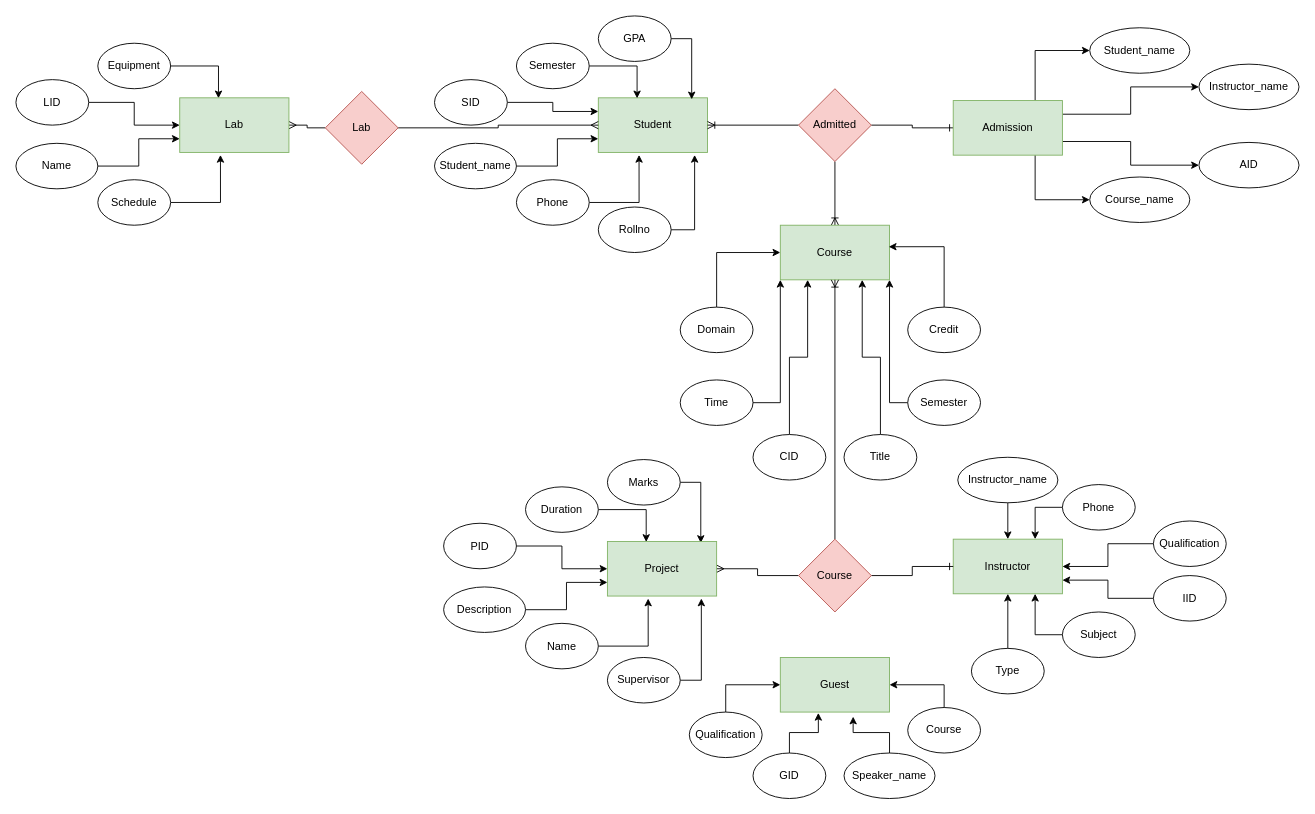
Before: database.drawio in sujalthakuri/h, a draw.io diagram. Source tidied: cells renumbered, new cells numbered last; positions are measured from the earlier drawing's top-left corner, leaving out a move shared by most shapes. Both pictures are drawn from the tidied source at 91%, with x=0, y=0 at pixel (15, 15).
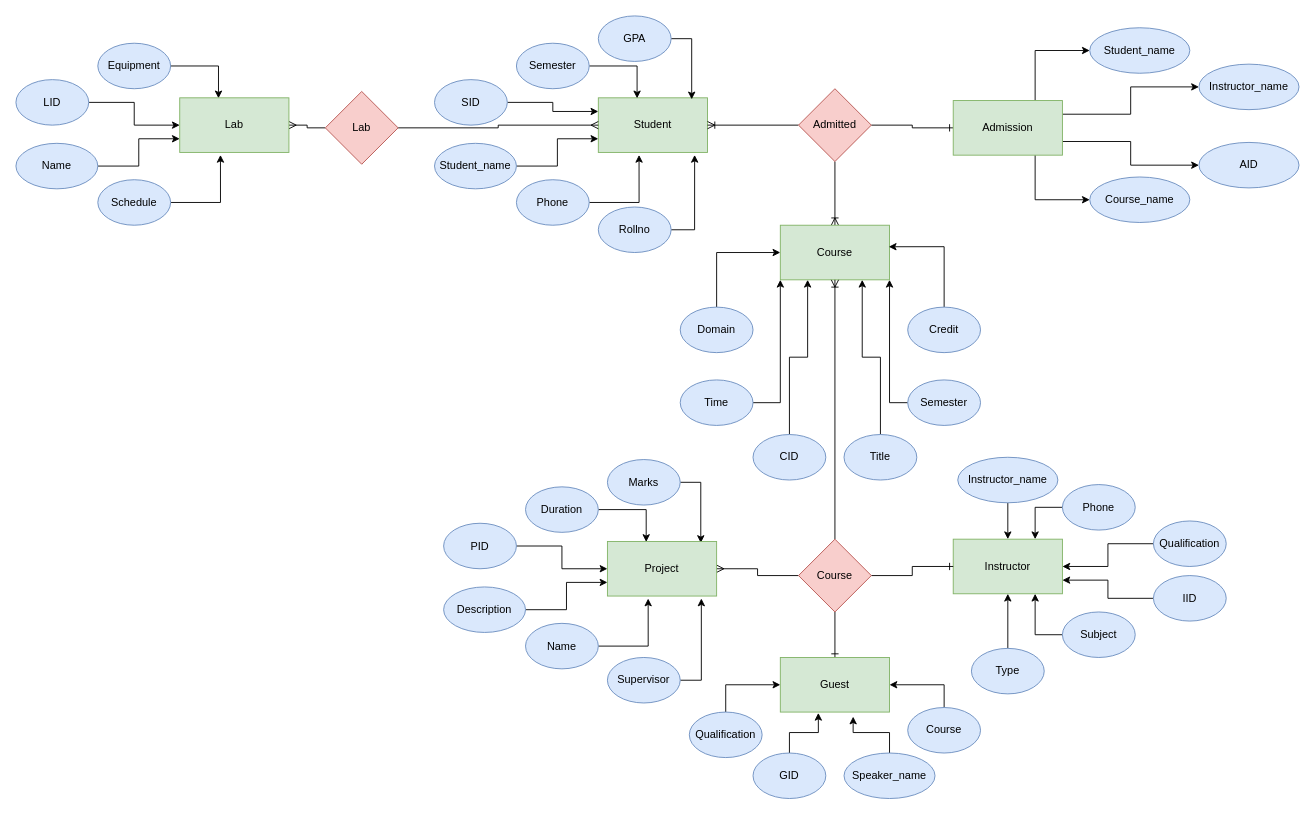
The same page after the edit.

Commit message:
all relations completed

The change refers to these unchanged cells:
```xml
<mxCell id="57" value="Course" style="rhombus;whiteSpace=wrap;html=1;fillColor=#f8cecc;strokeColor=#b85450;" parent="1" vertex="1">
  <mxGeometry x="860" y="575" width="80" height="80" as="geometry" />
</mxCell>
<mxCell id="58" value="Guest" style="rounded=0;whiteSpace=wrap;html=1;fillColor=#d5e8d4;strokeColor=#82b366;" parent="1" vertex="1">
  <mxGeometry x="840" y="705" width="120" height="60" as="geometry" />
</mxCell>
```

Diff of the diagram source:
```diff
@@
-    <mxCell id="4" value="SID" style="ellipse;whiteSpace=wrap;html=1;" parent="1" vertex="1">
+    <mxCell id="4" value="SID" style="ellipse;whiteSpace=wrap;html=1;fillColor=#dae8fc;strokeColor=#6c8ebf;" parent="1" vertex="1">
       <mxGeometry x="460" y="70" width="80" height="50" as="geometry" />
     </mxCell>
@@
-    <mxCell id="6" value="Phone" style="ellipse;whiteSpace=wrap;html=1;" parent="1" vertex="1">
+    <mxCell id="6" value="Phone" style="ellipse;whiteSpace=wrap;html=1;fillColor=#dae8fc;strokeColor=#6c8ebf;" parent="1" vertex="1">
       <mxGeometry x="550" y="180" width="80" height="50" as="geometry" />
     </mxCell>
@@
-    <mxCell id="8" value="Semester" style="ellipse;whiteSpace=wrap;html=1;" parent="1" vertex="1">
+    <mxCell id="8" value="Semester" style="ellipse;whiteSpace=wrap;html=1;fillColor=#dae8fc;strokeColor=#6c8ebf;" parent="1" vertex="1">
       <mxGeometry x="550" y="30" width="80" height="50" as="geometry" />
     </mxCell>
@@
-    <mxCell id="10" value="GPA" style="ellipse;whiteSpace=wrap;html=1;" parent="1" vertex="1">
+    <mxCell id="10" value="GPA" style="ellipse;whiteSpace=wrap;html=1;fillColor=#dae8fc;strokeColor=#6c8ebf;" parent="1" vertex="1">
       <mxGeometry x="640" width="80" height="50" as="geometry" />
     </mxCell>
@@
-    <mxCell id="12" value="Student_name" style="ellipse;whiteSpace=wrap;html=1;" parent="1" vertex="1">
+    <mxCell id="12" value="Student_name" style="ellipse;whiteSpace=wrap;html=1;fillColor=#dae8fc;strokeColor=#6c8ebf;" parent="1" vertex="1">
       <mxGeometry x="460" y="140" width="90" height="50" as="geometry" />
     </mxCell>
@@
-    <mxCell id="14" value="Rollno" style="ellipse;whiteSpace=wrap;html=1;" parent="1" vertex="1">
+    <mxCell id="14" value="Rollno" style="ellipse;whiteSpace=wrap;html=1;fillColor=#dae8fc;strokeColor=#6c8ebf;" parent="1" vertex="1">
       <mxGeometry x="640" y="210" width="80" height="50" as="geometry" />
     </mxCell>
@@
-    <mxCell id="21" value="Instructor_name" style="ellipse;whiteSpace=wrap;html=1;" parent="1" vertex="1">
+    <mxCell id="21" value="Instructor_name" style="ellipse;whiteSpace=wrap;html=1;fillColor=#dae8fc;strokeColor=#6c8ebf;" parent="1" vertex="1">
       <mxGeometry x="1035" y="485" width="110" height="50" as="geometry" />
     </mxCell>
@@
-    <mxCell id="23" value="IID" style="ellipse;whiteSpace=wrap;html=1;" parent="1" vertex="1">
+    <mxCell id="23" value="IID" style="ellipse;whiteSpace=wrap;html=1;fillColor=#dae8fc;strokeColor=#6c8ebf;" parent="1" vertex="1">
       <mxGeometry x="1250" y="615" width="80" height="50" as="geometry" />
     </mxCell>
@@
-    <mxCell id="25" value="Qualification" style="ellipse;whiteSpace=wrap;html=1;" parent="1" vertex="1">
+    <mxCell id="25" value="Qualification" style="ellipse;whiteSpace=wrap;html=1;fillColor=#dae8fc;strokeColor=#6c8ebf;" parent="1" vertex="1">
       <mxGeometry x="1250" y="555" width="80" height="50" as="geometry" />
     </mxCell>
@@
-    <mxCell id="27" value="Phone" style="ellipse;whiteSpace=wrap;html=1;" parent="1" vertex="1">
+    <mxCell id="27" value="Phone" style="ellipse;whiteSpace=wrap;html=1;fillColor=#dae8fc;strokeColor=#6c8ebf;" parent="1" vertex="1">
       <mxGeometry x="1150" y="515" width="80" height="50" as="geometry" />
     </mxCell>
@@
-    <mxCell id="29" value="Subject" style="ellipse;whiteSpace=wrap;html=1;" parent="1" vertex="1">
+    <mxCell id="29" value="Subject" style="ellipse;whiteSpace=wrap;html=1;fillColor=#dae8fc;strokeColor=#6c8ebf;" parent="1" vertex="1">
       <mxGeometry x="1150" y="655" width="80" height="50" as="geometry" />
     </mxCell>
@@
-    <mxCell id="31" value="Type" style="ellipse;whiteSpace=wrap;html=1;" parent="1" vertex="1">
+    <mxCell id="31" value="Type" style="ellipse;whiteSpace=wrap;html=1;fillColor=#dae8fc;strokeColor=#6c8ebf;" parent="1" vertex="1">
       <mxGeometry x="1050" y="695" width="80" height="50" as="geometry" />
     </mxCell>
@@
-    <mxCell id="34" value="CID" style="ellipse;whiteSpace=wrap;html=1;" parent="1" vertex="1">
+    <mxCell id="34" value="CID" style="ellipse;whiteSpace=wrap;html=1;fillColor=#dae8fc;strokeColor=#6c8ebf;" parent="1" vertex="1">
       <mxGeometry x="810" y="460" width="80" height="50" as="geometry" />
     </mxCell>
@@
-    <mxCell id="36" value="Domain" style="ellipse;whiteSpace=wrap;html=1;" parent="1" vertex="1">
+    <mxCell id="36" value="Domain" style="ellipse;whiteSpace=wrap;html=1;fillColor=#dae8fc;strokeColor=#6c8ebf;" parent="1" vertex="1">
       <mxGeometry x="730" y="320" width="80" height="50" as="geometry" />
     </mxCell>
@@
-    <mxCell id="38" value="Time" style="ellipse;whiteSpace=wrap;html=1;" parent="1" vertex="1">
+    <mxCell id="38" value="Time" style="ellipse;whiteSpace=wrap;html=1;fillColor=#dae8fc;strokeColor=#6c8ebf;" parent="1" vertex="1">
       <mxGeometry x="730" y="400" width="80" height="50" as="geometry" />
     </mxCell>
@@
-    <mxCell id="40" value="Semester" style="ellipse;whiteSpace=wrap;html=1;" parent="1" vertex="1">
+    <mxCell id="40" value="Semester" style="ellipse;whiteSpace=wrap;html=1;fillColor=#dae8fc;strokeColor=#6c8ebf;" parent="1" vertex="1">
       <mxGeometry x="980" y="400" width="80" height="50" as="geometry" />
     </mxCell>
@@
-    <mxCell id="42" value="Title" style="ellipse;whiteSpace=wrap;html=1;" parent="1" vertex="1">
+    <mxCell id="42" value="Title" style="ellipse;whiteSpace=wrap;html=1;fillColor=#dae8fc;strokeColor=#6c8ebf;" parent="1" vertex="1">
       <mxGeometry x="910" y="460" width="80" height="50" as="geometry" />
     </mxCell>
@@
-    <mxCell id="44" value="Credit" style="ellipse;whiteSpace=wrap;html=1;" parent="1" vertex="1">
+    <mxCell id="44" value="Credit" style="ellipse;whiteSpace=wrap;html=1;fillColor=#dae8fc;strokeColor=#6c8ebf;" parent="1" vertex="1">
       <mxGeometry x="980" y="320" width="80" height="50" as="geometry" />
     </mxCell>
@@
-    <mxCell id="50" value="AID" style="ellipse;whiteSpace=wrap;html=1;" parent="1" vertex="1">
+    <mxCell id="50" value="AID" style="ellipse;whiteSpace=wrap;html=1;fillColor=#dae8fc;strokeColor=#6c8ebf;" parent="1" vertex="1">
       <mxGeometry x="1300" y="139" width="110" height="50" as="geometry" />
     </mxCell>
-    <mxCell id="51" value="Instructor_name" style="ellipse;whiteSpace=wrap;html=1;" parent="1" vertex="1">
+    <mxCell id="51" value="Instructor_name" style="ellipse;whiteSpace=wrap;html=1;fillColor=#dae8fc;strokeColor=#6c8ebf;" parent="1" vertex="1">
       <mxGeometry x="1300" y="53" width="110" height="50" as="geometry" />
     </mxCell>
-    <mxCell id="52" value="Student_name" style="ellipse;whiteSpace=wrap;html=1;" parent="1" vertex="1">
+    <mxCell id="52" value="Student_name" style="ellipse;whiteSpace=wrap;html=1;fillColor=#dae8fc;strokeColor=#6c8ebf;" parent="1" vertex="1">
       <mxGeometry x="1180" y="13" width="110" height="50" as="geometry" />
     </mxCell>
-    <mxCell id="53" value="Course_name" style="ellipse;whiteSpace=wrap;html=1;" parent="1" vertex="1">
+    <mxCell id="53" value="Course_name" style="ellipse;whiteSpace=wrap;html=1;fillColor=#dae8fc;strokeColor=#6c8ebf;" parent="1" vertex="1">
       <mxGeometry x="1180" y="177" width="110" height="50" as="geometry" />
     </mxCell>
@@
+    <mxCell id="92" style="edgeStyle=orthogonalEdgeStyle;rounded=0;jettySize=auto;html=1;exitX=0.5;exitY=1;exitDx=0;exitDy=0;entryX=0.5;entryY=0;entryDx=0;entryDy=0;endArrow=ERone;endFill=0;" parent="1" edge="1" source="57" target="58">
+      <mxGeometry relative="1" as="geometry" />
+    </mxCell>
@@
-    <mxCell id="60" value="GID" style="ellipse;whiteSpace=wrap;html=1;" parent="1" vertex="1">
+    <mxCell id="60" value="GID" style="ellipse;whiteSpace=wrap;html=1;fillColor=#dae8fc;strokeColor=#6c8ebf;" parent="1" vertex="1">
       <mxGeometry x="810" y="810" width="80" height="50" as="geometry" />
     </mxCell>
@@
-    <mxCell id="62" value="Course" style="ellipse;whiteSpace=wrap;html=1;" parent="1" vertex="1">
+    <mxCell id="62" value="Course" style="ellipse;whiteSpace=wrap;html=1;fillColor=#dae8fc;strokeColor=#6c8ebf;" parent="1" vertex="1">
       <mxGeometry x="980" y="760" width="80" height="50" as="geometry" />
     </mxCell>
@@
-    <mxCell id="64" value="Qualification" style="ellipse;whiteSpace=wrap;html=1;" parent="1" vertex="1">
+    <mxCell id="64" value="Qualification" style="ellipse;whiteSpace=wrap;html=1;fillColor=#dae8fc;strokeColor=#6c8ebf;" parent="1" vertex="1">
       <mxGeometry x="740" y="765" width="80" height="50" as="geometry" />
     </mxCell>
@@
-    <mxCell id="66" value="Speaker_name" style="ellipse;whiteSpace=wrap;html=1;" parent="1" vertex="1">
+    <mxCell id="66" value="Speaker_name" style="ellipse;whiteSpace=wrap;html=1;fillColor=#dae8fc;strokeColor=#6c8ebf;" parent="1" vertex="1">
       <mxGeometry x="910" y="810" width="100" height="50" as="geometry" />
     </mxCell>
@@
-    <mxCell id="68" value="PID" style="ellipse;whiteSpace=wrap;html=1;" parent="1" vertex="1">
+    <mxCell id="68" value="PID" style="ellipse;whiteSpace=wrap;html=1;fillColor=#dae8fc;strokeColor=#6c8ebf;" parent="1" vertex="1">
       <mxGeometry x="470" y="557.5" width="80" height="50" as="geometry" />
     </mxCell>
@@
-    <mxCell id="70" value="Name" style="ellipse;whiteSpace=wrap;html=1;" parent="1" vertex="1">
+    <mxCell id="70" value="Name" style="ellipse;whiteSpace=wrap;html=1;fillColor=#dae8fc;strokeColor=#6c8ebf;" parent="1" vertex="1">
       <mxGeometry x="560" y="667.5" width="80" height="50" as="geometry" />
     </mxCell>
@@
-    <mxCell id="72" value="Duration" style="ellipse;whiteSpace=wrap;html=1;" parent="1" vertex="1">
+    <mxCell id="72" value="Duration" style="ellipse;whiteSpace=wrap;html=1;fillColor=#dae8fc;strokeColor=#6c8ebf;" parent="1" vertex="1">
       <mxGeometry x="560" y="517.5" width="80" height="50" as="geometry" />
     </mxCell>
@@
-    <mxCell id="74" value="Marks" style="ellipse;whiteSpace=wrap;html=1;" parent="1" vertex="1">
+    <mxCell id="74" value="Marks" style="ellipse;whiteSpace=wrap;html=1;fillColor=#dae8fc;strokeColor=#6c8ebf;" parent="1" vertex="1">
       <mxGeometry x="650" y="487.5" width="80" height="50" as="geometry" />
     </mxCell>
@@
-    <mxCell id="76" value="Description" style="ellipse;whiteSpace=wrap;html=1;" parent="1" vertex="1">
+    <mxCell id="76" value="Description" style="ellipse;whiteSpace=wrap;html=1;fillColor=#dae8fc;strokeColor=#6c8ebf;" parent="1" vertex="1">
       <mxGeometry x="470" y="627.5" width="90" height="50" as="geometry" />
     </mxCell>
@@
-    <mxCell id="79" value="Supervisor" style="ellipse;whiteSpace=wrap;html=1;" parent="1" vertex="1">
+    <mxCell id="79" value="Supervisor" style="ellipse;whiteSpace=wrap;html=1;fillColor=#dae8fc;strokeColor=#6c8ebf;" parent="1" vertex="1">
       <mxGeometry x="650" y="705" width="80" height="50" as="geometry" />
     </mxCell>
@@
-    <mxCell id="84" value="LID" style="ellipse;whiteSpace=wrap;html=1;" parent="1" vertex="1">
+    <mxCell id="84" value="LID" style="ellipse;whiteSpace=wrap;html=1;fillColor=#dae8fc;strokeColor=#6c8ebf;" parent="1" vertex="1">
       <mxGeometry y="70" width="80" height="50" as="geometry" />
     </mxCell>
@@
-    <mxCell id="86" value="Schedule" style="ellipse;whiteSpace=wrap;html=1;" parent="1" vertex="1">
+    <mxCell id="86" value="Schedule" style="ellipse;whiteSpace=wrap;html=1;fillColor=#dae8fc;strokeColor=#6c8ebf;" parent="1" vertex="1">
       <mxGeometry x="90" y="180" width="80" height="50" as="geometry" />
     </mxCell>
@@
-    <mxCell id="88" value="Equipment" style="ellipse;whiteSpace=wrap;html=1;" parent="1" vertex="1">
+    <mxCell id="88" value="Equipment" style="ellipse;whiteSpace=wrap;html=1;fillColor=#dae8fc;strokeColor=#6c8ebf;" parent="1" vertex="1">
       <mxGeometry x="90" y="30" width="80" height="50" as="geometry" />
     </mxCell>
@@
-    <mxCell id="90" value="Name" style="ellipse;whiteSpace=wrap;html=1;" parent="1" vertex="1">
+    <mxCell id="90" value="Name" style="ellipse;whiteSpace=wrap;html=1;fillColor=#dae8fc;strokeColor=#6c8ebf;" parent="1" vertex="1">
       <mxGeometry y="140" width="90" height="50" as="geometry" />
     </mxCell>
```
